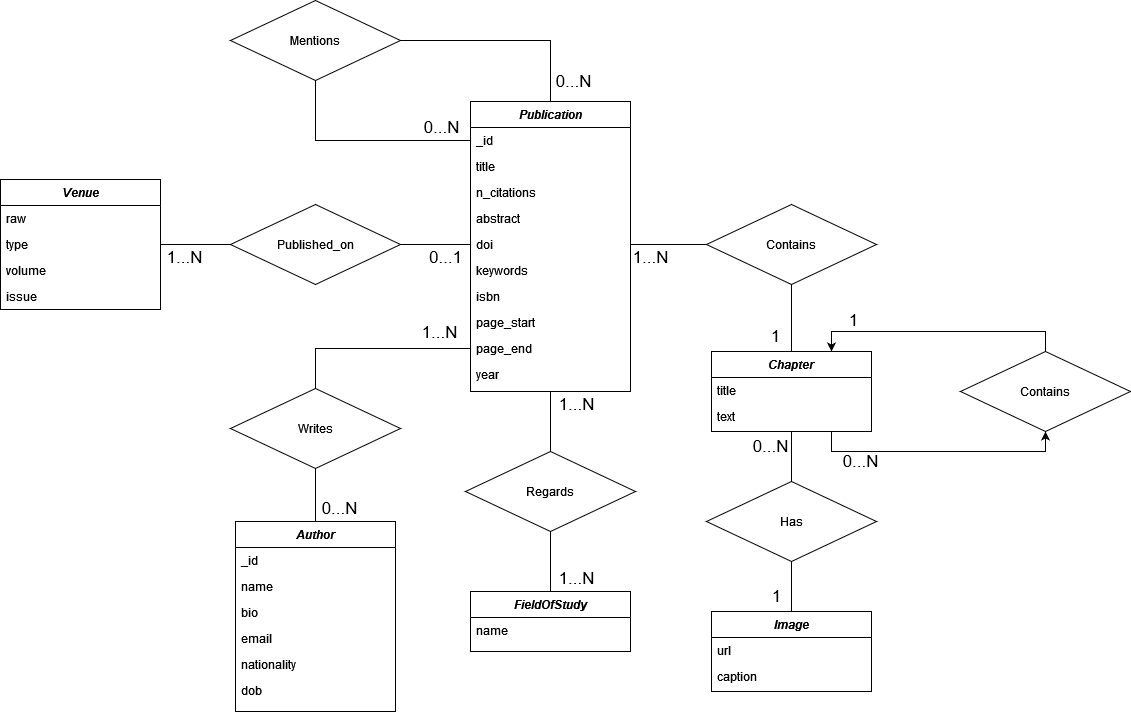
Earlier version of the draw.io export DocumentalDB/Images/ERDocDb.png (neekoo0/SMBUDproject22-23). Source tidied: cells renumbered, new cells last; positions are measured from the earlier drawing's top-left corner, leaving out a move shared by most shapes.
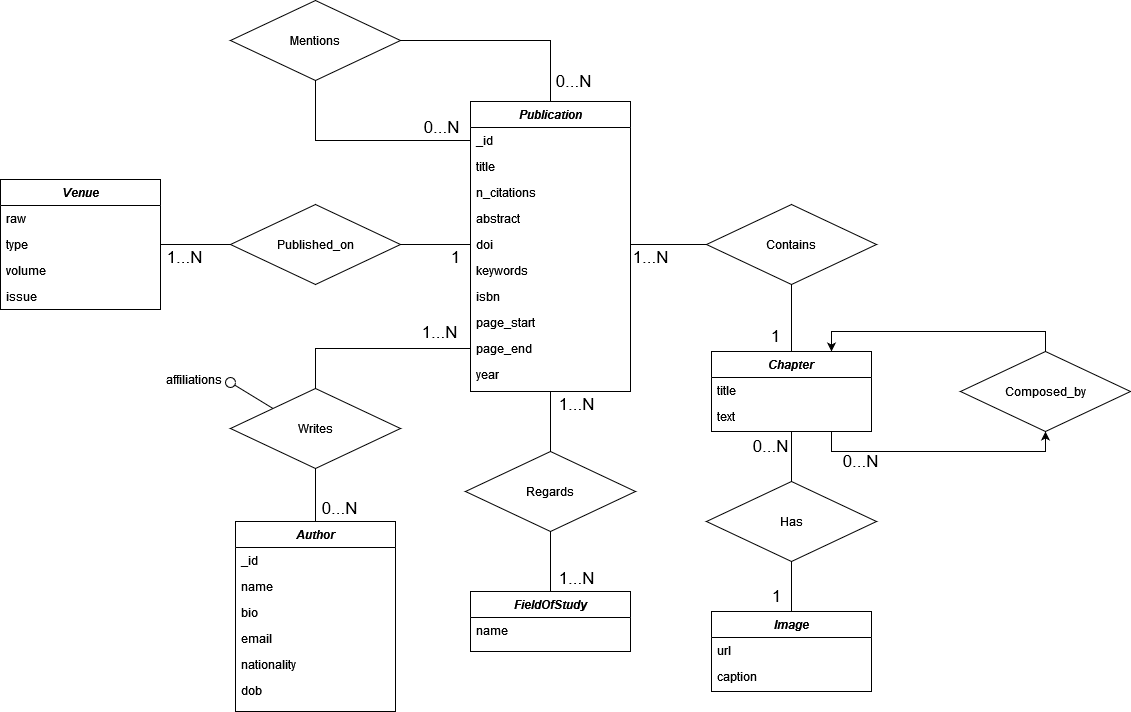
After the commit.

Commit message:
docdb report

Diff of the diagram source:
```diff
@@ -128,6 +128,11 @@
     <mxCell id="43" style="edgeStyle=orthogonalEdgeStyle;rounded=0;jettySize=auto;html=1;exitX=0.5;exitY=1;exitDx=0;exitDy=0;entryX=0.5;entryY=0;entryDx=0;entryDy=0;endArrow=none;endFill=0;" parent="1" edge="1" source="44" target="15">
       <mxGeometry relative="1" as="geometry" />
     </mxCell>
+    <mxCell id="68" style="rounded=0;jettySize=auto;html=1;exitX=0;exitY=0;exitDx=0;exitDy=0;endArrow=none;endFill=0;startArrow=none;" parent="1" edge="1" source="69">
+      <mxGeometry relative="1" as="geometry">
+        <mxPoint x="230" y="381" as="targetPoint" />
+      </mxGeometry>
+    </mxCell>
     <mxCell id="44" value="Writes" style="rhombus;whiteSpace=wrap;html=1;" parent="1" vertex="1">
       <mxGeometry x="230" y="388" width="170" height="80" as="geometry" />
     </mxCell>
@@ -155,7 +160,7 @@
     <mxCell id="52" value="Has" style="rhombus;whiteSpace=wrap;html=1;" parent="1" vertex="1">
       <mxGeometry x="706" y="481" width="170" height="80" as="geometry" />
     </mxCell>
-    <mxCell id="53" value="Contains" style="rhombus;whiteSpace=wrap;html=1;" parent="1" vertex="1">
+    <mxCell id="53" value="Composed_by" style="rhombus;whiteSpace=wrap;html=1;" parent="1" vertex="1">
       <mxGeometry x="960" y="351" width="170" height="80" as="geometry" />
     </mxCell>
     <mxCell id="54" value="1...N" style="text;html=1;align=center;verticalAlign=middle;strokeColor=none;fillColor=none;fontSize=17;" parent="1" vertex="1">
@@ -182,9 +187,6 @@
     <mxCell id="61" value="0...N" style="text;html=1;align=center;verticalAlign=middle;strokeColor=none;fillColor=none;fontSize=17;" parent="1" vertex="1">
       <mxGeometry x="740" y="431" width="60" height="30" as="geometry" />
     </mxCell>
-    <mxCell id="62" value="1" style="text;html=1;align=center;verticalAlign=middle;strokeColor=none;fillColor=none;fontSize=17;" parent="1" vertex="1">
-      <mxGeometry x="838" y="305" width="30" height="30" as="geometry" />
-    </mxCell>
     <mxCell id="63" value="0...N" style="text;html=1;align=center;verticalAlign=middle;strokeColor=none;fillColor=none;fontSize=17;" parent="1" vertex="1">
       <mxGeometry x="830" y="446" width="60" height="30" as="geometry" />
     </mxCell>
@@ -197,8 +199,17 @@
     <mxCell id="66" value="0...N" style="text;html=1;align=center;verticalAlign=middle;strokeColor=none;fillColor=none;fontSize=17;" parent="1" vertex="1">
       <mxGeometry x="411" y="112" width="60" height="30" as="geometry" />
     </mxCell>
-    <mxCell id="67" value="0...1" style="text;html=1;align=center;verticalAlign=middle;strokeColor=none;fillColor=none;fontSize=17;" parent="1" vertex="1">
-      <mxGeometry x="415" y="242" width="60" height="30" as="geometry" />
+    <mxCell id="67" value="1" style="text;html=1;align=center;verticalAlign=middle;strokeColor=none;fillColor=none;fontSize=17;" parent="1" vertex="1">
+      <mxGeometry x="440" y="242" width="30" height="30" as="geometry" />
     </mxCell>
+    <mxCell id="69" style="ellipse;whiteSpace=wrap;html=1;" parent="1" vertex="1">
+      <mxGeometry x="225" y="377" width="10" height="10" as="geometry" />
+    </mxCell>
+    <mxCell id="70" style="rounded=0;jettySize=auto;html=1;exitX=0;exitY=0;exitDx=0;exitDy=0;endArrow=none;endFill=0;" parent="1" edge="1" source="44" target="69">
+      <mxGeometry relative="1" as="geometry" />
+    </mxCell>
+    <mxCell id="71" value="affiliations" style="text;html=1;align=center;verticalAlign=middle;strokeColor=none;fillColor=none;" parent="1" vertex="1">
+      <mxGeometry x="153" y="364" width="80" height="30" as="geometry" />
+    </mxCell>
   </root>
 </mxGraphModel>
```
